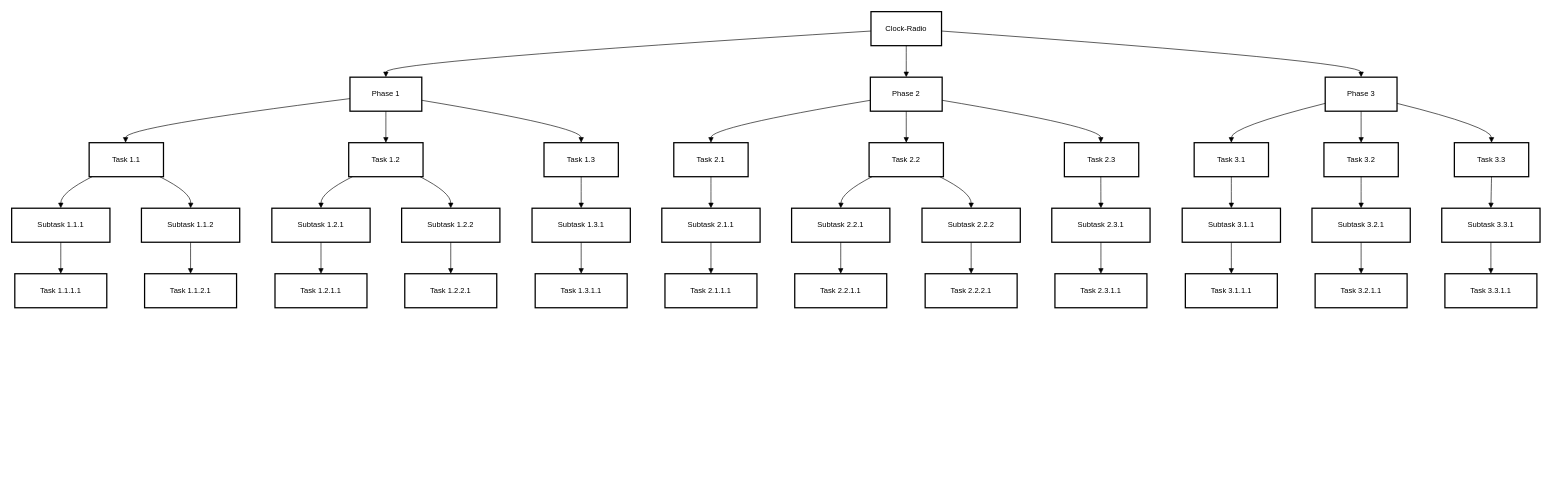
Earlier version of the draw.io diagram WBS.drawio (AniMB/Clock-radio). Source tidied: cells renumbered, new cells numbered last; positions are measured from the earlier drawing's top-left corner, leaving out a move shared by most shapes. Both pictures are drawn from the tidied source at 63%, with x=0, y=0 at pixel (11, 11).
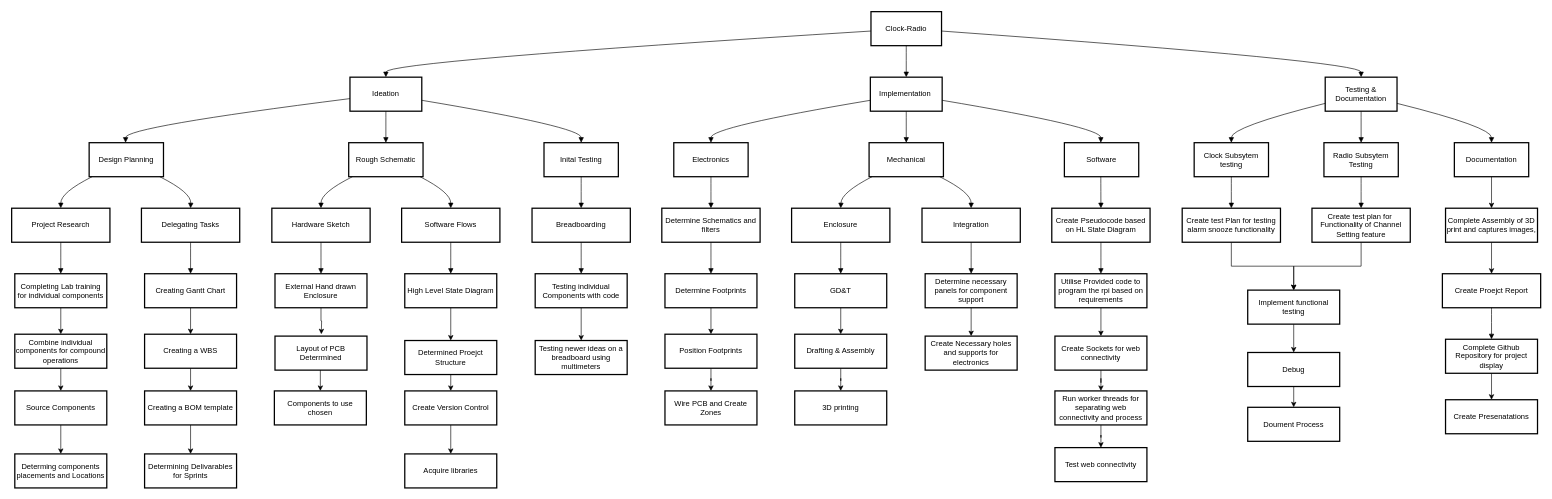
The same page after the edit.

Commit message:
Finished first iteration of WBS

Change to the diagram source:
```diff
@@
-    <mxCell id="3" value="Phase 1" style="whiteSpace=wrap;strokeWidth=2;" parent="1" vertex="1">
+    <mxCell id="3" value="Ideation" style="whiteSpace=wrap;strokeWidth=2;" parent="1" vertex="1">
       <mxGeometry x="537" y="104" width="114" height="54" as="geometry" />
     </mxCell>
-    <mxCell id="4" value="Phase 2" style="whiteSpace=wrap;strokeWidth=2;" parent="1" vertex="1">
+    <mxCell id="4" value="Implementation " style="whiteSpace=wrap;strokeWidth=2;" parent="1" vertex="1">
       <mxGeometry x="1363" y="104" width="114" height="54" as="geometry" />
     </mxCell>
-    <mxCell id="5" value="Phase 3" style="whiteSpace=wrap;strokeWidth=2;" parent="1" vertex="1">
+    <mxCell id="5" value="Testing &amp; Documentation" style="whiteSpace=wrap;strokeWidth=2;" parent="1" vertex="1">
       <mxGeometry x="2085" y="104" width="114" height="54" as="geometry" />
     </mxCell>
-    <mxCell id="6" value="Task 1.1" style="whiteSpace=wrap;strokeWidth=2;" parent="1" vertex="1">
+    <mxCell id="6" value="Design Planning" style="whiteSpace=wrap;strokeWidth=2;" parent="1" vertex="1">
       <mxGeometry x="123" y="208" width="118" height="54" as="geometry" />
     </mxCell>
-    <mxCell id="7" value="Task 1.2" style="whiteSpace=wrap;strokeWidth=2;" parent="1" vertex="1">
+    <mxCell id="7" value="Rough Schematic" style="whiteSpace=wrap;strokeWidth=2;" parent="1" vertex="1">
       <mxGeometry x="535" y="208" width="118" height="54" as="geometry" />
     </mxCell>
-    <mxCell id="8" value="Task 1.3" style="whiteSpace=wrap;strokeWidth=2;" parent="1" vertex="1">
+    <mxCell id="8" value="Inital Testing" style="whiteSpace=wrap;strokeWidth=2;" parent="1" vertex="1">
       <mxGeometry x="845" y="208" width="118" height="54" as="geometry" />
     </mxCell>
-    <mxCell id="9" value="Task 2.1" style="whiteSpace=wrap;strokeWidth=2;" parent="1" vertex="1">
+    <mxCell id="9" value="Electronics" style="whiteSpace=wrap;strokeWidth=2;" parent="1" vertex="1">
       <mxGeometry x="1051" y="208" width="118" height="54" as="geometry" />
     </mxCell>
-    <mxCell id="10" value="Task 2.2" style="whiteSpace=wrap;strokeWidth=2;" parent="1" vertex="1">
+    <mxCell id="10" value="Mechanical" style="whiteSpace=wrap;strokeWidth=2;" parent="1" vertex="1">
       <mxGeometry x="1361" y="208" width="118" height="54" as="geometry" />
     </mxCell>
-    <mxCell id="11" value="Task 2.3" style="whiteSpace=wrap;strokeWidth=2;" parent="1" vertex="1">
+    <mxCell id="11" value="Software" style="whiteSpace=wrap;strokeWidth=2;" parent="1" vertex="1">
       <mxGeometry x="1671" y="208" width="118" height="54" as="geometry" />
     </mxCell>
-    <mxCell id="12" value="Task 3.1" style="whiteSpace=wrap;strokeWidth=2;" parent="1" vertex="1">
+    <mxCell id="12" value="Clock Subsytem testing" style="whiteSpace=wrap;strokeWidth=2;" parent="1" vertex="1">
       <mxGeometry x="1877" y="208" width="118" height="54" as="geometry" />
     </mxCell>
-    <mxCell id="13" value="Task 3.2" style="whiteSpace=wrap;strokeWidth=2;" parent="1" vertex="1">
+    <mxCell id="13" value="Radio Subsytem Testing" style="whiteSpace=wrap;strokeWidth=2;" parent="1" vertex="1">
       <mxGeometry x="2083" y="208" width="118" height="54" as="geometry" />
     </mxCell>
+    <mxCell id="75" style="edgeStyle=orthogonalEdgeStyle;rounded=0;jettySize=auto;html=1;exitX=0.5;exitY=1;exitDx=0;exitDy=0;entryX=0.5;entryY=0;entryDx=0;entryDy=0;" parent="1" edge="1" source="14" target="120">
+      <mxGeometry relative="1" as="geometry" />
+    </mxCell>
-    <mxCell id="14" value="Task 3.3" style="whiteSpace=wrap;strokeWidth=2;" parent="1" vertex="1">
+    <mxCell id="14" value="Documentation" style="whiteSpace=wrap;strokeWidth=2;" parent="1" vertex="1">
       <mxGeometry x="2290" y="208" width="118" height="54" as="geometry" />
     </mxCell>
-    <mxCell id="15" value="Subtask 1.1.1" style="whiteSpace=wrap;strokeWidth=2;" parent="1" vertex="1">
+    <mxCell id="15" value="Project Research" style="whiteSpace=wrap;strokeWidth=2;" parent="1" vertex="1">
       <mxGeometry y="312" width="156" height="54" as="geometry" />
     </mxCell>
-    <mxCell id="16" value="Subtask 1.1.2" style="whiteSpace=wrap;strokeWidth=2;" parent="1" vertex="1">
+    <mxCell id="16" value="Delegating Tasks" style="whiteSpace=wrap;strokeWidth=2;" parent="1" vertex="1">
       <mxGeometry x="206" y="312" width="156" height="54" as="geometry" />
     </mxCell>
-    <mxCell id="17" value="Subtask 1.2.1" style="whiteSpace=wrap;strokeWidth=2;" parent="1" vertex="1">
+    <mxCell id="17" value="Hardware Sketch" style="whiteSpace=wrap;strokeWidth=2;" parent="1" vertex="1">
       <mxGeometry x="413" y="312" width="156" height="54" as="geometry" />
     </mxCell>
-    <mxCell id="18" value="Subtask 1.2.2" style="whiteSpace=wrap;strokeWidth=2;" parent="1" vertex="1">
+    <mxCell id="18" value="Software Flows" style="whiteSpace=wrap;strokeWidth=2;" parent="1" vertex="1">
       <mxGeometry x="619" y="312" width="156" height="54" as="geometry" />
     </mxCell>
-    <mxCell id="19" value="Subtask 1.3.1" style="whiteSpace=wrap;strokeWidth=2;" parent="1" vertex="1">
+    <mxCell id="19" value="Breadboarding" style="whiteSpace=wrap;strokeWidth=2;" parent="1" vertex="1">
       <mxGeometry x="826" y="312" width="156" height="54" as="geometry" />
     </mxCell>
-    <mxCell id="20" value="Subtask 2.1.1" style="whiteSpace=wrap;strokeWidth=2;" parent="1" vertex="1">
+    <mxCell id="20" value="Determine Schematics and filters" style="whiteSpace=wrap;strokeWidth=2;" parent="1" vertex="1">
       <mxGeometry x="1032" y="312" width="156" height="54" as="geometry" />
     </mxCell>
-    <mxCell id="21" value="Subtask 2.2.1" style="whiteSpace=wrap;strokeWidth=2;" parent="1" vertex="1">
+    <mxCell id="21" value="Enclosure" style="whiteSpace=wrap;strokeWidth=2;" parent="1" vertex="1">
       <mxGeometry x="1238" y="312" width="156" height="54" as="geometry" />
     </mxCell>
-    <mxCell id="22" value="Subtask 2.2.2" style="whiteSpace=wrap;strokeWidth=2;" parent="1" vertex="1">
+    <mxCell id="22" value="Integration" style="whiteSpace=wrap;strokeWidth=2;" parent="1" vertex="1">
       <mxGeometry x="1445" y="312" width="156" height="54" as="geometry" />
     </mxCell>
-    <mxCell id="23" value="Subtask 2.3.1" style="whiteSpace=wrap;strokeWidth=2;" parent="1" vertex="1">
+    <mxCell id="23" value="Create Pseudocode based on HL State Diagram" style="whiteSpace=wrap;strokeWidth=2;" parent="1" vertex="1">
       <mxGeometry x="1651" y="312" width="156" height="54" as="geometry" />
     </mxCell>
+    <mxCell id="72" style="edgeStyle=orthogonalEdgeStyle;rounded=0;jettySize=auto;html=1;exitX=0.5;exitY=1;exitDx=0;exitDy=0;entryX=0.5;entryY=0;entryDx=0;entryDy=0;" parent="1" edge="1" source="24" target="36">
+      <mxGeometry relative="1" as="geometry" />
+    </mxCell>
-    <mxCell id="24" value="Subtask 3.1.1" style="whiteSpace=wrap;strokeWidth=2;" parent="1" vertex="1">
+    <mxCell id="24" value="Create test Plan for testing alarm snooze functionality" style="whiteSpace=wrap;strokeWidth=2;" parent="1" vertex="1">
       <mxGeometry x="1858" y="312" width="156" height="54" as="geometry" />
     </mxCell>
+    <mxCell id="76" style="edgeStyle=orthogonalEdgeStyle;rounded=0;jettySize=auto;html=1;exitX=0.5;exitY=1;exitDx=0;exitDy=0;entryX=0.5;entryY=0;entryDx=0;entryDy=0;" parent="1" edge="1" source="25" target="36">
+      <mxGeometry relative="1" as="geometry" />
+    </mxCell>
-    <mxCell id="25" value="Subtask 3.2.1" style="whiteSpace=wrap;strokeWidth=2;" parent="1" vertex="1">
+    <mxCell id="25" value="Create test plan for  Functionality of Channel Setting feature" style="whiteSpace=wrap;strokeWidth=2;" parent="1" vertex="1">
       <mxGeometry x="2064" y="312" width="156" height="54" as="geometry" />
     </mxCell>
-    <mxCell id="26" value="Subtask 3.3.1" style="whiteSpace=wrap;strokeWidth=2;" parent="1" vertex="1">
-      <mxGeometry x="2270" y="312" width="156" height="54" as="geometry" />
+    <mxCell id="26" value="Create Proejct Report" style="whiteSpace=wrap;strokeWidth=2;" parent="1" vertex="1">
+      <mxGeometry x="2271" y="416" width="156" height="54" as="geometry" />
     </mxCell>
+    <mxCell id="77" style="edgeStyle=orthogonalEdgeStyle;rounded=0;jettySize=auto;html=1;exitX=0.5;exitY=1;exitDx=0;exitDy=0;entryX=0.5;entryY=0;entryDx=0;entryDy=0;" parent="1" edge="1" source="27" target="89">
+      <mxGeometry relative="1" as="geometry" />
+    </mxCell>
-    <mxCell id="27" value="Task 1.1.1.1" style="whiteSpace=wrap;strokeWidth=2;" parent="1" vertex="1">
+    <mxCell id="27" value="Completing Lab training for individual components" style="whiteSpace=wrap;strokeWidth=2;" parent="1" vertex="1">
       <mxGeometry x="5" y="416" width="146" height="54" as="geometry" />
     </mxCell>
+    <mxCell id="78" style="edgeStyle=orthogonalEdgeStyle;rounded=0;jettySize=auto;html=1;exitX=0.5;exitY=1;exitDx=0;exitDy=0;entryX=0.5;entryY=0;entryDx=0;entryDy=0;" parent="1" edge="1" source="28" target="91">
+      <mxGeometry relative="1" as="geometry" />
+    </mxCell>
-    <mxCell id="28" value="Task 1.1.2.1" style="whiteSpace=wrap;strokeWidth=2;" parent="1" vertex="1">
+    <mxCell id="28" value="Creating Gantt Chart" style="whiteSpace=wrap;strokeWidth=2;" parent="1" vertex="1">
       <mxGeometry x="211" y="416" width="146" height="54" as="geometry" />
     </mxCell>
+    <mxCell id="79" style="edgeStyle=orthogonalEdgeStyle;rounded=0;jettySize=auto;html=1;exitX=0.5;exitY=1;exitDx=0;exitDy=0;" parent="1" edge="1" source="29">
+      <mxGeometry relative="1" as="geometry">
+        <mxPoint x="491.5" y="512" as="targetPoint" />
+      </mxGeometry>
+    </mxCell>
-    <mxCell id="29" value="Task 1.2.1.1" style="whiteSpace=wrap;strokeWidth=2;" parent="1" vertex="1">
+    <mxCell id="29" value="External Hand drawn Enclosure" style="whiteSpace=wrap;strokeWidth=2;" parent="1" vertex="1">
       <mxGeometry x="418" y="416" width="146" height="54" as="geometry" />
     </mxCell>
+    <mxCell id="80" style="edgeStyle=orthogonalEdgeStyle;rounded=0;jettySize=auto;html=1;exitX=0.5;exitY=1;exitDx=0;exitDy=0;" parent="1" edge="1" source="30" target="102">
+      <mxGeometry relative="1" as="geometry" />
+    </mxCell>
-    <mxCell id="30" value="Task 1.2.2.1" style="whiteSpace=wrap;strokeWidth=2;" parent="1" vertex="1">
+    <mxCell id="30" value="High Level State Diagram" style="whiteSpace=wrap;strokeWidth=2;" parent="1" vertex="1">
       <mxGeometry x="624" y="416" width="146" height="54" as="geometry" />
     </mxCell>
+    <mxCell id="81" style="edgeStyle=orthogonalEdgeStyle;rounded=0;jettySize=auto;html=1;exitX=0.5;exitY=1;exitDx=0;exitDy=0;entryX=0.5;entryY=0;entryDx=0;entryDy=0;" parent="1" edge="1" source="31" target="106">
+      <mxGeometry relative="1" as="geometry" />
+    </mxCell>
-    <mxCell id="31" value="Task 1.3.1.1" style="whiteSpace=wrap;strokeWidth=2;" parent="1" vertex="1">
+    <mxCell id="31" value="Testing individual Components with code" style="whiteSpace=wrap;strokeWidth=2;" parent="1" vertex="1">
       <mxGeometry x="831" y="416" width="146" height="54" as="geometry" />
     </mxCell>
+    <mxCell id="82" style="edgeStyle=orthogonalEdgeStyle;rounded=0;jettySize=auto;html=1;exitX=0.5;exitY=1;exitDx=0;exitDy=0;" parent="1" edge="1" source="32" target="108">
+      <mxGeometry relative="1" as="geometry" />
+    </mxCell>
-    <mxCell id="32" value="Task 2.1.1.1" style="whiteSpace=wrap;strokeWidth=2;" parent="1" vertex="1">
+    <mxCell id="32" value="Determine Footprints" style="whiteSpace=wrap;strokeWidth=2;" parent="1" vertex="1">
       <mxGeometry x="1037" y="416" width="146" height="54" as="geometry" />
     </mxCell>
+    <mxCell id="83" style="edgeStyle=orthogonalEdgeStyle;rounded=0;jettySize=auto;html=1;exitX=0.5;exitY=1;exitDx=0;exitDy=0;entryX=0.5;entryY=0;entryDx=0;entryDy=0;" parent="1" edge="1" source="33" target="111">
+      <mxGeometry relative="1" as="geometry" />
+    </mxCell>
-    <mxCell id="33" value="Task 2.2.1.1" style="whiteSpace=wrap;strokeWidth=2;" parent="1" vertex="1">
+    <mxCell id="33" value="GD&amp;T" style="whiteSpace=wrap;strokeWidth=2;" parent="1" vertex="1">
       <mxGeometry x="1243" y="416" width="146" height="54" as="geometry" />
     </mxCell>
+    <mxCell id="84" style="edgeStyle=orthogonalEdgeStyle;rounded=0;jettySize=auto;html=1;exitX=0.5;exitY=1;exitDx=0;exitDy=0;" parent="1" edge="1" source="34" target="113">
+      <mxGeometry relative="1" as="geometry" />
+    </mxCell>
-    <mxCell id="34" value="Task 2.2.2.1" style="whiteSpace=wrap;strokeWidth=2;" parent="1" vertex="1">
+    <mxCell id="34" value="Determine necessary panels for component support" style="whiteSpace=wrap;strokeWidth=2;" parent="1" vertex="1">
       <mxGeometry x="1450" y="416" width="146" height="54" as="geometry" />
     </mxCell>
+    <mxCell id="85" style="edgeStyle=orthogonalEdgeStyle;rounded=0;jettySize=auto;html=1;exitX=0.5;exitY=1;exitDx=0;exitDy=0;entryX=0.5;entryY=0;entryDx=0;entryDy=0;" parent="1" edge="1" source="35" target="115">
+      <mxGeometry relative="1" as="geometry" />
+    </mxCell>
-    <mxCell id="35" value="Task 2.3.1.1" style="whiteSpace=wrap;strokeWidth=2;" parent="1" vertex="1">
+    <mxCell id="35" value="Utilise Provided code to program the rpi based on requirements" style="whiteSpace=wrap;strokeWidth=2;" parent="1" vertex="1">
       <mxGeometry x="1656" y="416" width="146" height="54" as="geometry" />
     </mxCell>
+    <mxCell id="86" style="edgeStyle=orthogonalEdgeStyle;rounded=0;jettySize=auto;html=1;exitX=0.5;exitY=1;exitDx=0;exitDy=0;entryX=0.5;entryY=0;entryDx=0;entryDy=0;" parent="1" edge="1" source="36" target="122">
+      <mxGeometry relative="1" as="geometry" />
+    </mxCell>
-    <mxCell id="36" value="Task 3.1.1.1" style="whiteSpace=wrap;strokeWidth=2;" parent="1" vertex="1">
-      <mxGeometry x="1863" y="416" width="146" height="54" as="geometry" />
+    <mxCell id="36" value="Implement functional testing" style="whiteSpace=wrap;strokeWidth=2;" parent="1" vertex="1">
+      <mxGeometry x="1962" y="442" width="146" height="54" as="geometry" />
     </mxCell>
-    <mxCell id="37" value="Task 3.2.1.1" style="whiteSpace=wrap;strokeWidth=2;" parent="1" vertex="1">
-      <mxGeometry x="2069" y="416" width="146" height="54" as="geometry" />
-    </mxCell>
+    <mxCell id="87" style="edgeStyle=orthogonalEdgeStyle;rounded=0;jettySize=auto;html=1;exitX=0.5;exitY=1;exitDx=0;exitDy=0;entryX=0.5;entryY=0;entryDx=0;entryDy=0;" parent="1" edge="1" source="38" target="118">
+      <mxGeometry relative="1" as="geometry" />
+    </mxCell>
-    <mxCell id="38" value="Task 3.3.1.1" style="whiteSpace=wrap;strokeWidth=2;" parent="1" vertex="1">
-      <mxGeometry x="2275" y="416" width="146" height="54" as="geometry" />
+    <mxCell id="38" value="Complete Github Repository for project display" style="whiteSpace=wrap;strokeWidth=2;" parent="1" vertex="1">
+      <mxGeometry x="2276" y="520" width="146" height="54" as="geometry" />
     </mxCell>
@@
-    <mxCell id="62" style="curved=1;startArrow=none;endArrow=block;exitX=0.5;exitY=1;entryX=0.5;entryY=0;" parent="1" edge="1" source="14" target="26">
-      <mxGeometry relative="1" as="geometry" />
-    </mxCell>
@@
-    <mxCell id="72" style="curved=1;startArrow=none;endArrow=block;exitX=0.5;exitY=1;entryX=0.5;entryY=0;" parent="1" edge="1" source="24" target="36">
-      <mxGeometry relative="1" as="geometry" />
-    </mxCell>
-    <mxCell id="73" style="curved=1;startArrow=none;endArrow=block;exitX=0.5;exitY=1;entryX=0.5;entryY=0;" parent="1" edge="1" source="25" target="37">
-      <mxGeometry relative="1" as="geometry" />
-    </mxCell>
@@
+    <mxCell id="88" style="edgeStyle=orthogonalEdgeStyle;rounded=0;jettySize=auto;html=1;exitX=0.5;exitY=1;exitDx=0;exitDy=0;entryX=0.5;entryY=0;entryDx=0;entryDy=0;" parent="1" edge="1" source="89" target="93">
+      <mxGeometry relative="1" as="geometry" />
+    </mxCell>
+    <mxCell id="89" value="Combine individual components for compound operations" style="whiteSpace=wrap;strokeWidth=2;" parent="1" vertex="1">
+      <mxGeometry x="5" y="512" width="146" height="54" as="geometry" />
+    </mxCell>
+    <mxCell id="90" style="edgeStyle=orthogonalEdgeStyle;rounded=0;jettySize=auto;html=1;exitX=0.5;exitY=1;exitDx=0;exitDy=0;entryX=0.5;entryY=0;entryDx=0;entryDy=0;" parent="1" edge="1" source="91" target="96">
+      <mxGeometry relative="1" as="geometry" />
+    </mxCell>
+    <mxCell id="91" value="Creating a WBS" style="whiteSpace=wrap;strokeWidth=2;" parent="1" vertex="1">
+      <mxGeometry x="211" y="512" width="146" height="54" as="geometry" />
+    </mxCell>
+    <mxCell id="92" style="edgeStyle=orthogonalEdgeStyle;rounded=0;jettySize=auto;html=1;exitX=0.5;exitY=1;exitDx=0;exitDy=0;entryX=0.5;entryY=0;entryDx=0;entryDy=0;" parent="1" edge="1" source="93" target="94">
+      <mxGeometry relative="1" as="geometry" />
+    </mxCell>
+    <mxCell id="93" value="Source Components" style="whiteSpace=wrap;strokeWidth=2;" parent="1" vertex="1">
+      <mxGeometry x="5" y="602" width="146" height="54" as="geometry" />
+    </mxCell>
+    <mxCell id="94" value="Determing components placements and Locations" style="whiteSpace=wrap;strokeWidth=2;" parent="1" vertex="1">
+      <mxGeometry x="5" y="702" width="146" height="54" as="geometry" />
+    </mxCell>
+    <mxCell id="95" style="edgeStyle=orthogonalEdgeStyle;rounded=0;jettySize=auto;html=1;exitX=0.5;exitY=1;exitDx=0;exitDy=0;" parent="1" edge="1" source="96" target="97">
+      <mxGeometry relative="1" as="geometry" />
+    </mxCell>
+    <mxCell id="96" value="Creating a BOM template" style="whiteSpace=wrap;strokeWidth=2;" parent="1" vertex="1">
+      <mxGeometry x="211" y="602" width="146" height="54" as="geometry" />
+    </mxCell>
+    <mxCell id="97" value="Determining Delivarables for Sprints" style="whiteSpace=wrap;strokeWidth=2;" parent="1" vertex="1">
+      <mxGeometry x="211" y="702" width="146" height="54" as="geometry" />
+    </mxCell>
+    <mxCell id="98" style="edgeStyle=orthogonalEdgeStyle;rounded=0;jettySize=auto;html=1;exitX=0.5;exitY=1;exitDx=0;exitDy=0;entryX=0.5;entryY=0;entryDx=0;entryDy=0;" parent="1" edge="1" source="99" target="100">
+      <mxGeometry relative="1" as="geometry" />
+    </mxCell>
+    <mxCell id="99" value="Layout of PCB Deterrmined" style="whiteSpace=wrap;strokeWidth=2;" parent="1" vertex="1">
+      <mxGeometry x="418" y="515" width="146" height="54" as="geometry" />
+    </mxCell>
+    <mxCell id="100" value="Components to use chosen" style="whiteSpace=wrap;strokeWidth=2;" parent="1" vertex="1">
+      <mxGeometry x="417" y="602" width="146" height="54" as="geometry" />
+    </mxCell>
+    <mxCell id="101" style="edgeStyle=orthogonalEdgeStyle;rounded=0;jettySize=auto;html=1;exitX=0.5;exitY=1;exitDx=0;exitDy=0;entryX=0.5;entryY=0;entryDx=0;entryDy=0;" parent="1" edge="1" source="102" target="104">
+      <mxGeometry relative="1" as="geometry" />
+    </mxCell>
+    <mxCell id="102" value="Determined Proejct Structure" style="whiteSpace=wrap;strokeWidth=2;" parent="1" vertex="1">
+      <mxGeometry x="624" y="522" width="146" height="54" as="geometry" />
+    </mxCell>
+    <mxCell id="103" style="edgeStyle=orthogonalEdgeStyle;rounded=0;jettySize=auto;html=1;exitX=0.5;exitY=1;exitDx=0;exitDy=0;" parent="1" edge="1" source="104" target="105">
+      <mxGeometry relative="1" as="geometry" />
+    </mxCell>
+    <mxCell id="104" value="Create Version Control" style="whiteSpace=wrap;strokeWidth=2;" parent="1" vertex="1">
+      <mxGeometry x="624" y="602" width="146" height="54" as="geometry" />
+    </mxCell>
+    <mxCell id="105" value="Acquire libraries" style="whiteSpace=wrap;strokeWidth=2;" parent="1" vertex="1">
+      <mxGeometry x="624" y="702" width="146" height="54" as="geometry" />
+    </mxCell>
+    <mxCell id="106" value="Testing newer ideas on a breadboard using multimeters" style="whiteSpace=wrap;strokeWidth=2;" parent="1" vertex="1">
+      <mxGeometry x="831" y="522" width="146" height="54" as="geometry" />
+    </mxCell>
+    <mxCell id="107" style="edgeStyle=orthogonalEdgeStyle;rounded=0;jettySize=auto;html=1;exitX=0.5;exitY=1;exitDx=0;exitDy=0;" parent="1" edge="1" source="108" target="109">
+      <mxGeometry relative="1" as="geometry" />
+    </mxCell>
+    <mxCell id="108" value="Position Footprints" style="whiteSpace=wrap;strokeWidth=2;" parent="1" vertex="1">
+      <mxGeometry x="1037" y="512" width="146" height="54" as="geometry" />
+    </mxCell>
+    <mxCell id="109" value="Wire PCB and Create Zones" style="whiteSpace=wrap;strokeWidth=2;" parent="1" vertex="1">
+      <mxGeometry x="1037" y="602" width="146" height="54" as="geometry" />
+    </mxCell>
+    <mxCell id="110" style="edgeStyle=orthogonalEdgeStyle;rounded=0;jettySize=auto;html=1;exitX=0.5;exitY=1;exitDx=0;exitDy=0;" parent="1" edge="1" source="111" target="112">
+      <mxGeometry relative="1" as="geometry" />
+    </mxCell>
+    <mxCell id="111" value="Drafting &amp; Assembly" style="whiteSpace=wrap;strokeWidth=2;" parent="1" vertex="1">
+      <mxGeometry x="1243" y="512" width="146" height="54" as="geometry" />
+    </mxCell>
+    <mxCell id="112" value="3D printing" style="whiteSpace=wrap;strokeWidth=2;" parent="1" vertex="1">
+      <mxGeometry x="1243" y="602" width="146" height="54" as="geometry" />
+    </mxCell>
+    <mxCell id="113" value="Create Necessary holes and supports for electronics" style="whiteSpace=wrap;strokeWidth=2;" parent="1" vertex="1">
+      <mxGeometry x="1450" y="515" width="146" height="54" as="geometry" />
+    </mxCell>
+    <mxCell id="114" style="edgeStyle=orthogonalEdgeStyle;rounded=0;jettySize=auto;html=1;exitX=0.5;exitY=1;exitDx=0;exitDy=0;" parent="1" edge="1" source="115" target="117">
+      <mxGeometry relative="1" as="geometry" />
+    </mxCell>
+    <mxCell id="115" value="Create Sockets for web connectivity" style="whiteSpace=wrap;strokeWidth=2;" parent="1" vertex="1">
+      <mxGeometry x="1656" y="515" width="146" height="54" as="geometry" />
+    </mxCell>
+    <mxCell id="116" style="edgeStyle=orthogonalEdgeStyle;rounded=0;jettySize=auto;html=1;exitX=0.5;exitY=1;exitDx=0;exitDy=0;" parent="1" edge="1" source="117" target="124">
+      <mxGeometry relative="1" as="geometry" />
+    </mxCell>
+    <mxCell id="117" value="Run worker threads for separating web connectivity and process" style="whiteSpace=wrap;strokeWidth=2;" parent="1" vertex="1">
+      <mxGeometry x="1656" y="602" width="146" height="54" as="geometry" />
+    </mxCell>
+    <mxCell id="118" value="Create Presenatations" style="whiteSpace=wrap;strokeWidth=2;" parent="1" vertex="1">
+      <mxGeometry x="2276" y="616" width="146" height="54" as="geometry" />
+    </mxCell>
+    <mxCell id="119" style="edgeStyle=orthogonalEdgeStyle;rounded=0;jettySize=auto;html=1;exitX=0.5;exitY=1;exitDx=0;exitDy=0;entryX=0.5;entryY=0;entryDx=0;entryDy=0;" parent="1" edge="1" source="120" target="26">
+      <mxGeometry relative="1" as="geometry" />
+    </mxCell>
+    <mxCell id="120" value="Complete Assembly of 3D print and captures images," style="whiteSpace=wrap;strokeWidth=2;" parent="1" vertex="1">
+      <mxGeometry x="2276" y="312" width="146" height="54" as="geometry" />
+    </mxCell>
+    <mxCell id="121" style="edgeStyle=orthogonalEdgeStyle;rounded=0;jettySize=auto;html=1;exitX=0.5;exitY=1;exitDx=0;exitDy=0;entryX=0.5;entryY=0;entryDx=0;entryDy=0;" parent="1" edge="1" source="122" target="123">
+      <mxGeometry relative="1" as="geometry" />
+    </mxCell>
+    <mxCell id="122" value="Debug" style="whiteSpace=wrap;strokeWidth=2;" parent="1" vertex="1">
+      <mxGeometry x="1962" y="541" width="146" height="54" as="geometry" />
+    </mxCell>
+    <mxCell id="123" value="Doument Process" style="whiteSpace=wrap;strokeWidth=2;" parent="1" vertex="1">
+      <mxGeometry x="1962" y="628" width="146" height="54" as="geometry" />
+    </mxCell>
+    <mxCell id="124" value="Test web connectivity" style="whiteSpace=wrap;strokeWidth=2;" parent="1" vertex="1">
+      <mxGeometry x="1656" y="692" width="146" height="54" as="geometry" />
+    </mxCell>
```
